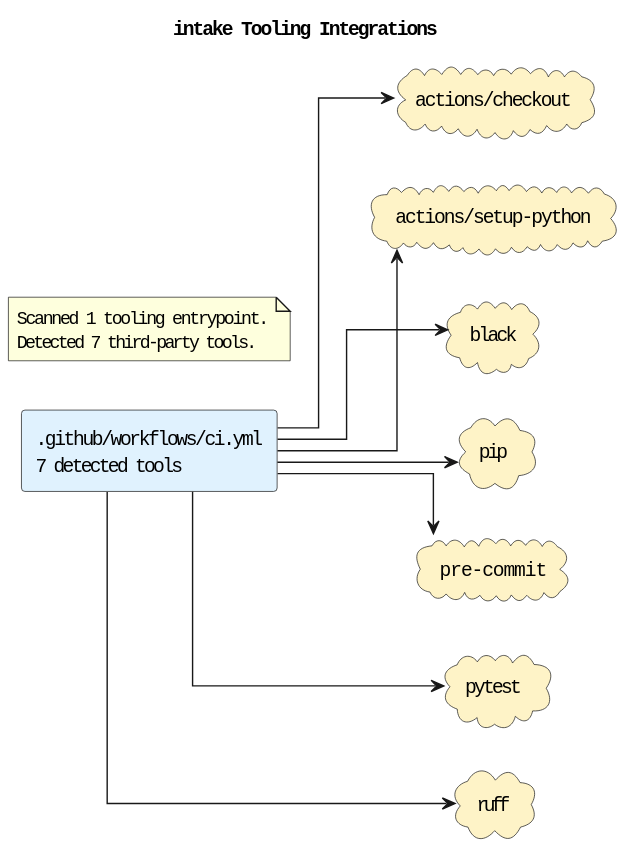
Before: docs/diagrams/tooling-integrations.puml.svg, a diagram exported from PlantUML (casonk/intake).
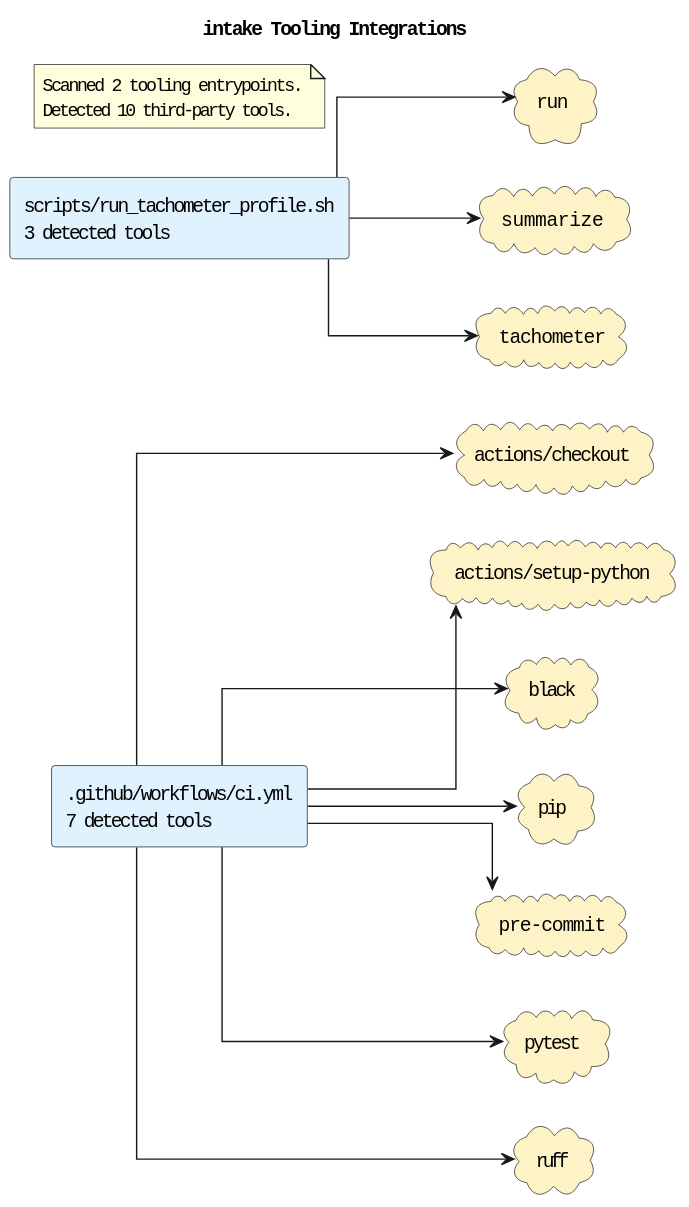
The same file after the commit.

Change to the diagram source:
```diff
@@ -6,6 +6,7 @@
 skinparam componentStyle rectangle
 skinparam linetype ortho
 rectangle ".github/workflows/ci.yml\n7 detected tools" as source_github_workflows_ci_yml #E0F2FE
+rectangle "scripts/run_tachometer_profile.sh\n3 detected tools" as source_scripts_run_tachometer_profile_sh #E0F2FE
 cloud "actions/checkout" as tool_actions_checkout #FEF3C7
 cloud "actions/setup-python" as tool_actions_setup_python #FEF3C7
 cloud "black" as tool_black #FEF3C7
@@ -13,6 +14,9 @@
 cloud "pre-commit" as tool_pre_commit #FEF3C7
 cloud "pytest" as tool_pytest #FEF3C7
 cloud "ruff" as tool_ruff #FEF3C7
+cloud "run" as tool_run #FEF3C7
+cloud "summarize" as tool_summarize #FEF3C7
+cloud "tachometer" as tool_tachometer #FEF3C7
 source_github_workflows_ci_yml --> tool_actions_checkout
 source_github_workflows_ci_yml --> tool_actions_setup_python
 source_github_workflows_ci_yml --> tool_black
@@ -20,8 +24,11 @@
 source_github_workflows_ci_yml --> tool_pre_commit
 source_github_workflows_ci_yml --> tool_pytest
 source_github_workflows_ci_yml --> tool_ruff
+source_scripts_run_tachometer_profile_sh --> tool_run
+source_scripts_run_tachometer_profile_sh --> tool_summarize
+source_scripts_run_tachometer_profile_sh --> tool_tachometer
 note as toolingGraphSummary
-Scanned 1 tooling entrypoint.
-Detected 7 third-party tools.
+Scanned 2 tooling entrypoints.
+Detected 10 third-party tools.
 end note
 @enduml
```
